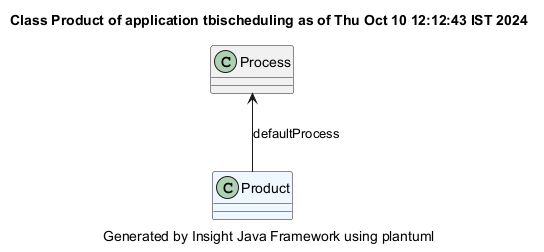
Above: demonstrator/tbischeduling/site/plantuml/Product.png in hsimonis/schedulingtraining (PlantUML), before the change.
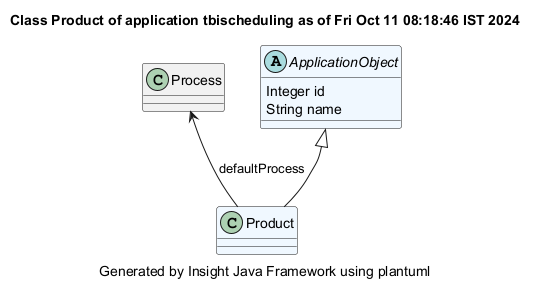
The same file after the commit.

Diff of the diagram source:
```diff
@@ -1,9 +1,14 @@
 @startuml
-title Class Product of application tbischeduling as of Thu Oct 10 12:12:43 IST 2024
+title Class Product of application tbischeduling as of Fri Oct 11 08:18:46 IST 2024
 caption Generated by Insight Java Framework using plantuml
 class Product #aliceblue
 
 Process  <-- Product : defaultProcess
 class Process
 
+abstract ApplicationObject #aliceblue
+ApplicationObject : Integer id
+ApplicationObject : String name
+
+ApplicationObject <|-- Product
 @enduml
```
